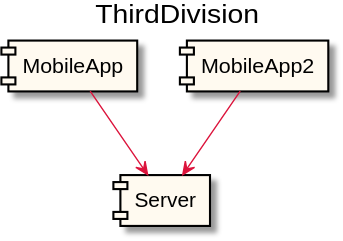
The PlantUML diagram this/integration.svg in anz-bank/sysl-catalog, before a commit. The source it was exported from:
```plantuml
@startuml
title ThirdDivision
hide stereotype
scale max 16384 height
skinparam component {
  BackgroundColor FloralWhite
  BorderColor Black
  ArrowColor Crimson
}
[MobileApp] as _0
[Server] as _1 <<highlight>>
_0 --> _1
[MobileApp2] as _2
_2 --> _1
@enduml
```
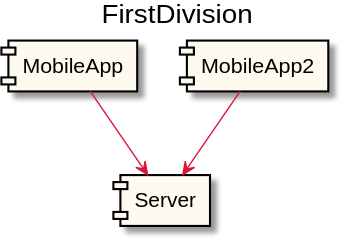
After the commit.

Change to the diagram source:
```diff
@@ -1,5 +1,5 @@
 @startuml
-title ThirdDivision
+title FirstDivision
 hide stereotype
 scale max 16384 height
 skinparam component {
@@ -7,9 +7,9 @@
   BorderColor Black
   ArrowColor Crimson
 }
-[MobileApp] as _0
-[Server] as _1 <<highlight>>
+[MobileApp] as _0 <<highlight>>
+[Server] as _1
 _0 --> _1
-[MobileApp2] as _2
+[MobileApp2] as _2 <<highlight>>
 _2 --> _1
 @enduml
```
